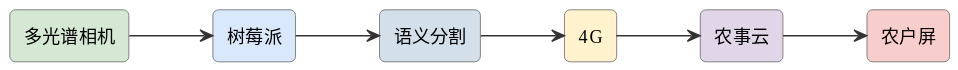
Before: assets/diagrams/ideas-fig18.svg, a diagram exported from PlantUML (mingyi0818/IntelligentMcuCourse).
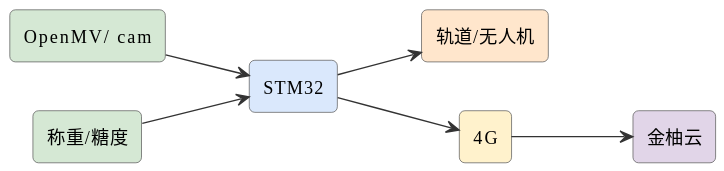
Above is the later version.

The edit, as a diff of the source:
```diff
@@ -6,15 +6,15 @@
 skinparam arrowFontSize 11
 skinparam arrowColor #333
 left to right direction
-rectangle "多光谱相机" as cam #d5e8d4
-rectangle "树莓派" as pi #dae8fc
-rectangle "语义分割" as ai #d3e0ea
+rectangle "OpenMV/ cam" as cam #d5e8d4
+rectangle "STM32" as stm #dae8fc
+rectangle "称重/糖度" as sense #d5e8d4
+rectangle "轨道/无人机" as uav #ffe6cc
 rectangle "4G" as g #fff2cc
-rectangle "农事云" as cloud #e1d5e8
-rectangle "农户屏" as scr #f8cecc
-cam --> pi
-pi --> ai
-ai --> g
+rectangle "金柚云" as cloud #e1d5e8
+cam --> stm
+sense --> stm
+stm --> uav
+stm --> g
 g --> cloud
-cloud --> scr
 @enduml
```
